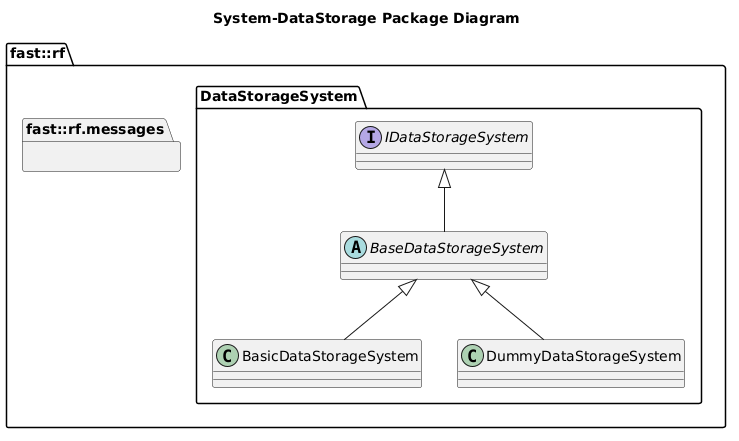
This is Systems/DataStorage/doc/puml/SystemDataStoragePackageDiagram.png from fastrobotics/robot_framework, a PlantUML export, as it was before one commit. The source it was exported from:
```plantuml
@startuml
title System-DataStorage Package Diagram

namespace fast::rf {
  namespace messages  {}
  namespace DataStorageSystem {
    interface IDataStorageSystem {
    }
    abstract BaseDataStorageSystem {
    }
    IDataStorageSystem <|-- BaseDataStorageSystem
    class BasicDataStorageSystem {

    }
    BaseDataStorageSystem <|-- BasicDataStorageSystem
    class DummyDataStorageSystem  {
    }
    BaseDataStorageSystem <|-- DummyDataStorageSystem
  }
}
@enduml
```
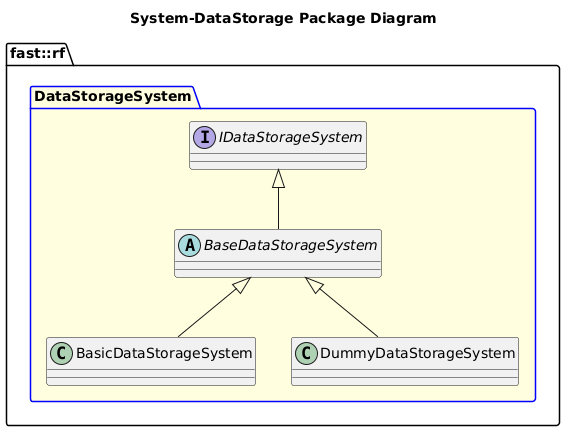
The same file after the commit.

Change to the diagram source:
```diff
@@ -2,8 +2,7 @@
 title System-DataStorage Package Diagram
 
 namespace fast::rf {
-  namespace messages  {}
-  namespace DataStorageSystem {
+  package DataStorageSystem #LightYellow;line:blue {
     interface IDataStorageSystem {
     }
     abstract BaseDataStorageSystem {
```
